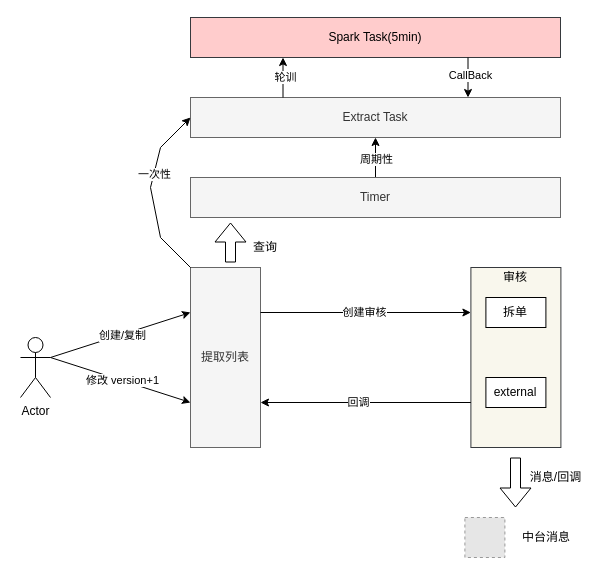
Earlier version of the draw.io diagram feature_export.drawio (learn2Pro/draw_io_save). Source tidied: cells renumbered, new cells numbered last; positions are measured from the earlier drawing's top-left corner, leaving out a move shared by most shapes. Both pictures are drawn from the tidied source at 100%, with x=0, y=0 at pixel (20, 17). Pictures stored in the file or linked from it are replaced by grey dashed boxes.
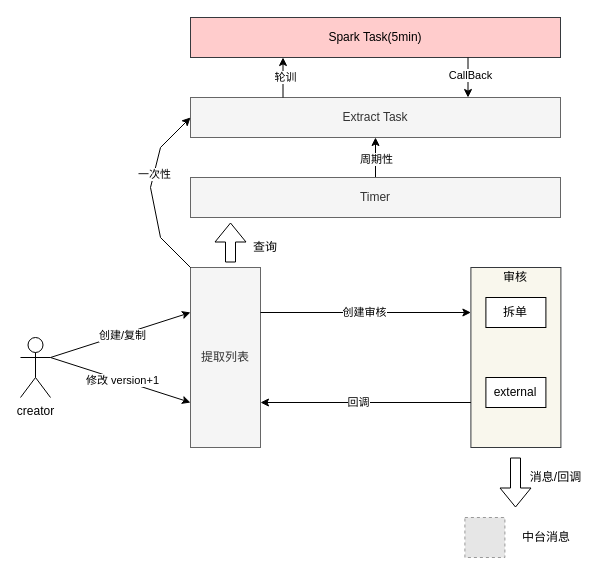
The same diagram, later.

What changed in the source:
```diff
@@
-    <mxCell id="2" value="Actor" style="shape=umlActor;verticalLabelPosition=bottom;verticalAlign=top;html=1;outlineConnect=0;" parent="1" vertex="1">
+    <mxCell id="2" value="creator" style="shape=umlActor;verticalLabelPosition=bottom;verticalAlign=top;html=1;outlineConnect=0;" parent="1" vertex="1">
       <mxGeometry y="320" width="30" height="60" as="geometry" />
     </mxCell>
```
